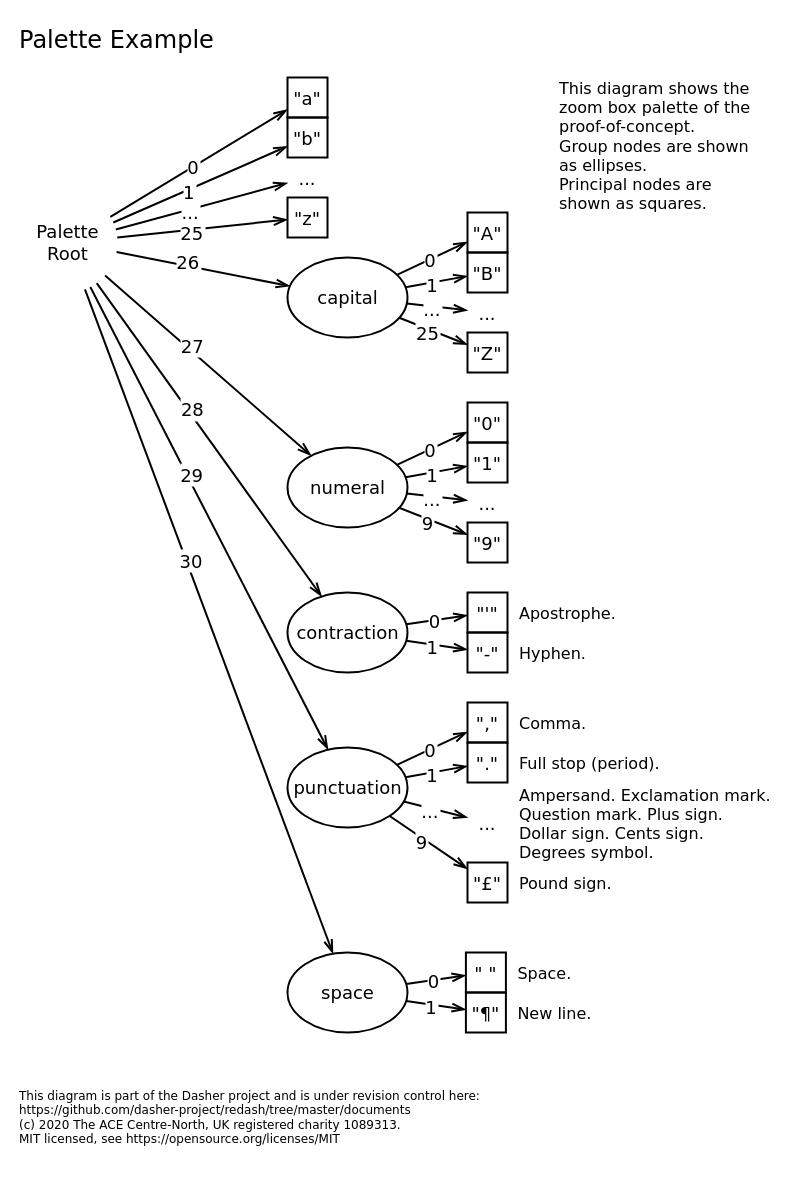
Above: documents/Specification/05ZoomBoxPalette/PaletteExample.drawio in dasher-project/dasher-web (draw.io), before the change. Source tidied: cells renumbered, new cells numbered last; positions are measured from the earlier drawing's top-left corner, leaving out a move shared by most shapes. Both pictures are drawn from the tidied source at 100%, with x=0, y=0 at pixel (17, 17).
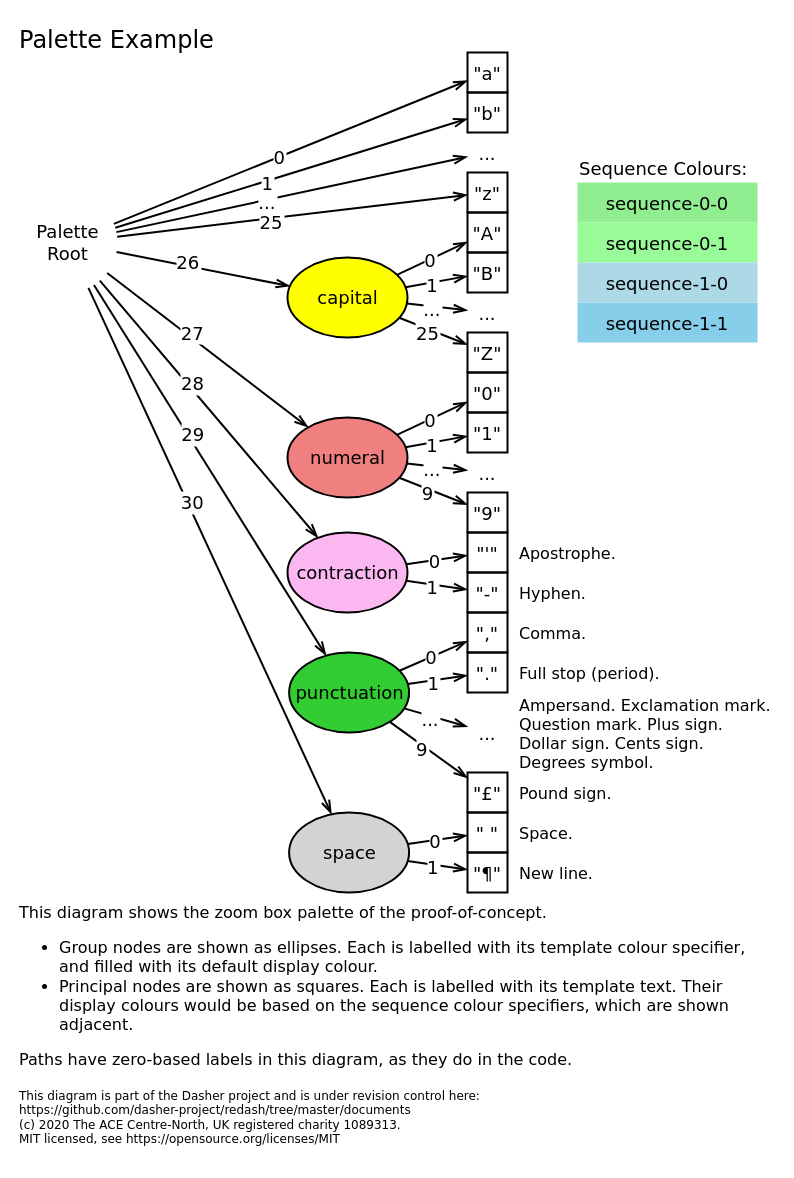
Above is the later version.

Commit message (it also covers changes not shown here):
Safety commit with example palette diagram and more notes

Diff of the diagram source:
```diff
@@
     <mxCell id="5" value="&quot;a&quot;" style="rounded=0;shadow=0;comic=0;labelBackgroundColor=none;strokeColor=#000000;strokeWidth=2;fillColor=none;fontFamily=DejaVu Sans;fontSize=18;fontColor=#000000;align=center;arcSize=20;spacingTop=10;spacingLeft=10;spacing=2;spacingBottom=10;spacingRight=10;points=[[0.2, 0], [0.4, 0], [0.6, 0], [0.8, 0], [0.5,1]];verticalAlign=middle;" parent="1" vertex="1">
-      <mxGeometry x="270" y="60" width="40" height="40" as="geometry" />
+      <mxGeometry x="450" y="35" width="40" height="40" as="geometry" />
     </mxCell>
     <mxCell id="6" value="&quot;b&quot;" style="rounded=0;shadow=0;comic=0;labelBackgroundColor=none;strokeColor=#000000;strokeWidth=2;fillColor=none;fontFamily=DejaVu Sans;fontSize=18;fontColor=#000000;align=center;arcSize=20;spacingTop=10;spacingLeft=10;spacing=2;spacingBottom=10;spacingRight=10;points=[[0.2, 0], [0.4, 0], [0.6, 0], [0.8, 0], [0.5,1]];verticalAlign=middle;" parent="1" vertex="1">
-      <mxGeometry x="270" y="100" width="40" height="40" as="geometry" />
+      <mxGeometry x="450" y="75" width="40" height="40" as="geometry" />
     </mxCell>
     <mxCell id="7" value="&quot;z&quot;" style="rounded=0;shadow=0;comic=0;labelBackgroundColor=none;strokeColor=#000000;strokeWidth=2;fillColor=none;fontFamily=DejaVu Sans;fontSize=18;fontColor=#000000;align=center;arcSize=20;spacingTop=10;spacingLeft=10;spacing=2;spacingBottom=10;spacingRight=10;points=[[0.2, 0], [0.4, 0], [0.6, 0], [0.8, 0], [0.5,1]];verticalAlign=middle;" parent="1" vertex="1">
-      <mxGeometry x="270" y="180" width="40" height="40" as="geometry" />
+      <mxGeometry x="450" y="155" width="40" height="40" as="geometry" />
     </mxCell>
-    <mxCell id="8" value="capital" style="ellipse;html=1;strokeWidth=2;fontSize=18;align=center;fillColor=none;fontFamily=DejaVu Sans;" parent="1" vertex="1">
+    <mxCell id="8" value="capital" style="ellipse;html=1;strokeWidth=2;fontSize=18;align=center;fontFamily=DejaVu Sans;fillColor=#FFFF00;" parent="1" vertex="1">
       <mxGeometry x="270" y="240" width="120" height="80" as="geometry" />
     </mxCell>
@@
-    <mxCell id="13" value="This diagram shows the zoom box palette of the proof-of-concept.&lt;br&gt;Group nodes are shown as ellipses.&lt;br&gt;Principal nodes are shown as squares." style="rounded=0;shadow=0;comic=0;labelBackgroundColor=none;strokeWidth=2;fillColor=none;fontFamily=DejaVu Sans;fontSize=16;fontColor=#000000;align=left;arcSize=20;spacingTop=0;spacingLeft=0;spacing=2;spacingBottom=0;spacingRight=0;strokeColor=none;whiteSpace=wrap;verticalAlign=top;html=1;" parent="1" vertex="1">
-      <mxGeometry x="540" y="55" width="200" height="75" as="geometry" />
+    <mxCell id="13" value="This diagram shows the zoom box palette of the proof-of-concept.&lt;br&gt;&lt;ul&gt;&lt;li&gt;Group nodes are shown as ellipses. Each is l&lt;span&gt;abelled with its template colour specifier, and f&lt;/span&gt;&lt;span&gt;illed with its default display colour.&lt;br&gt;&lt;/span&gt;&lt;/li&gt;&lt;li&gt;Principal nodes are shown as squares. Each is labelled with its template text. Their display colours would be based on the sequence colour specifiers, which are shown adjacent.&lt;/li&gt;&lt;/ul&gt;Paths have zero-based labels in this diagram, as they do in the code." style="rounded=0;shadow=0;comic=0;labelBackgroundColor=none;strokeWidth=2;fillColor=none;fontFamily=DejaVu Sans;fontSize=16;fontColor=#000000;align=left;arcSize=20;spacingTop=0;spacingLeft=0;spacing=2;spacingBottom=0;spacingRight=0;strokeColor=none;whiteSpace=wrap;verticalAlign=top;html=1;" parent="1" vertex="1">
+      <mxGeometry y="879" width="760" height="190" as="geometry" />
     </mxCell>
     <mxCell id="14" value="..." style="rounded=0;shadow=0;comic=0;labelBackgroundColor=none;strokeWidth=2;fillColor=none;fontFamily=DejaVu Sans;fontSize=18;fontColor=#000000;align=center;arcSize=20;spacingTop=10;spacingLeft=10;spacing=2;spacingBottom=10;spacingRight=10;points=[[0.2, 0], [0.4, 0], [0.6, 0], [0.8, 0], [0.5,1]];verticalAlign=middle;strokeColor=none;" parent="1" vertex="1">
-      <mxGeometry x="270" y="140" width="40" height="40" as="geometry" />
+      <mxGeometry x="450" y="115" width="40" height="40" as="geometry" />
     </mxCell>
@@
-    <mxCell id="24" value="numeral" style="ellipse;html=1;strokeWidth=2;fontSize=18;align=center;fillColor=none;fontFamily=DejaVu Sans;" parent="1" vertex="1">
-      <mxGeometry x="270" y="430" width="120" height="80" as="geometry" />
+    <mxCell id="24" value="numeral" style="ellipse;html=1;strokeWidth=2;fontSize=18;align=center;fontFamily=DejaVu Sans;fillColor=#f08080;" parent="1" vertex="1">
+      <mxGeometry x="270" y="400" width="120" height="80" as="geometry" />
     </mxCell>
@@
     <mxCell id="26" value="&quot;0&quot;" style="rounded=0;shadow=0;comic=0;labelBackgroundColor=none;strokeColor=#000000;strokeWidth=2;fillColor=none;fontFamily=DejaVu Sans;fontSize=18;fontColor=#000000;align=center;arcSize=20;spacingTop=10;spacingLeft=10;spacing=2;spacingBottom=10;spacingRight=10;points=[[0.2, 0], [0.4, 0], [0.6, 0], [0.8, 0], [0.5,1]];verticalAlign=middle;" parent="1" vertex="1">
-      <mxGeometry x="450" y="385" width="40" height="40" as="geometry" />
+      <mxGeometry x="450" y="355" width="40" height="40" as="geometry" />
     </mxCell>
     <mxCell id="27" value="&quot;1&quot;" style="rounded=0;shadow=0;comic=0;labelBackgroundColor=none;strokeColor=#000000;strokeWidth=2;fillColor=none;fontFamily=DejaVu Sans;fontSize=18;fontColor=#000000;align=center;arcSize=20;spacingTop=10;spacingLeft=10;spacing=2;spacingBottom=10;spacingRight=10;points=[[0.2, 0], [0.4, 0], [0.6, 0], [0.8, 0], [0.5,1]];verticalAlign=middle;" parent="1" vertex="1">
-      <mxGeometry x="450" y="425" width="40" height="40" as="geometry" />
+      <mxGeometry x="450" y="395" width="40" height="40" as="geometry" />
     </mxCell>
     <mxCell id="28" value="&quot;9&quot;" style="rounded=0;shadow=0;comic=0;labelBackgroundColor=none;strokeColor=#000000;strokeWidth=2;fillColor=none;fontFamily=DejaVu Sans;fontSize=18;fontColor=#000000;align=center;arcSize=20;spacingTop=10;spacingLeft=10;spacing=2;spacingBottom=10;spacingRight=10;points=[[0.2, 0], [0.4, 0], [0.6, 0], [0.8, 0], [0.5,1]];verticalAlign=middle;" parent="1" vertex="1">
-      <mxGeometry x="450" y="505" width="40" height="40" as="geometry" />
+      <mxGeometry x="450" y="475" width="40" height="40" as="geometry" />
     </mxCell>
@@
     <mxCell id="31" value="..." style="rounded=0;shadow=0;comic=0;labelBackgroundColor=none;strokeWidth=2;fillColor=none;fontFamily=DejaVu Sans;fontSize=18;fontColor=#000000;align=center;arcSize=20;spacingTop=10;spacingLeft=10;spacing=2;spacingBottom=10;spacingRight=10;points=[[0.2, 0], [0.4, 0], [0.6, 0], [0.8, 0], [0.5,1]];verticalAlign=middle;strokeColor=none;" parent="1" vertex="1">
-      <mxGeometry x="450" y="465" width="40" height="40" as="geometry" />
+      <mxGeometry x="450" y="435" width="40" height="40" as="geometry" />
     </mxCell>
@@
-    <mxCell id="34" value="contraction" style="ellipse;html=1;strokeWidth=2;fontSize=18;align=center;fillColor=none;fontFamily=DejaVu Sans;" parent="1" vertex="1">
-      <mxGeometry x="270" y="575" width="120" height="80" as="geometry" />
+    <mxCell id="34" value="contraction" style="ellipse;html=1;strokeWidth=2;fontSize=18;align=center;fontFamily=DejaVu Sans;fillColor=#fbb7f0;" parent="1" vertex="1">
+      <mxGeometry x="270" y="515" width="120" height="80" as="geometry" />
     </mxCell>
@@
     <mxCell id="36" value="&quot;'&quot;" style="rounded=0;shadow=0;comic=0;labelBackgroundColor=none;strokeColor=#000000;strokeWidth=2;fillColor=none;fontFamily=DejaVu Sans;fontSize=18;fontColor=#000000;align=center;arcSize=20;spacingTop=10;spacingLeft=10;spacing=2;spacingBottom=10;spacingRight=10;points=[[0.2, 0], [0.4, 0], [0.6, 0], [0.8, 0], [0.5,1]];verticalAlign=middle;" parent="1" vertex="1">
-      <mxGeometry x="450" y="575" width="40" height="40" as="geometry" />
+      <mxGeometry x="450" y="515" width="40" height="40" as="geometry" />
     </mxCell>
     <mxCell id="37" value="&quot;-&quot;" style="rounded=0;shadow=0;comic=0;labelBackgroundColor=none;strokeColor=#000000;strokeWidth=2;fillColor=none;fontFamily=DejaVu Sans;fontSize=18;fontColor=#000000;align=center;arcSize=20;spacingTop=10;spacingLeft=10;spacing=2;spacingBottom=10;spacingRight=10;points=[[0.2, 0], [0.4, 0], [0.6, 0], [0.8, 0], [0.5,1]];verticalAlign=middle;" parent="1" vertex="1">
-      <mxGeometry x="450" y="615" width="40" height="40" as="geometry" />
+      <mxGeometry x="450" y="555" width="40" height="40" as="geometry" />
     </mxCell>
@@
     <mxCell id="39" value="Apostrophe." style="rounded=0;shadow=0;comic=0;labelBackgroundColor=none;strokeWidth=2;fillColor=none;fontFamily=DejaVu Sans;fontSize=16;fontColor=#000000;align=left;arcSize=20;spacingTop=0;spacingLeft=0;spacing=2;spacingBottom=0;spacingRight=0;strokeColor=none;verticalAlign=middle;" parent="1" vertex="1">
-      <mxGeometry x="500" y="580" width="120" height="30" as="geometry" />
+      <mxGeometry x="500" y="520" width="120" height="30" as="geometry" />
     </mxCell>
-    <mxCell id="40" value="punctuation" style="ellipse;html=1;strokeWidth=2;fontSize=18;align=center;fillColor=none;fontFamily=DejaVu Sans;" parent="1" vertex="1">
-      <mxGeometry x="270" y="730" width="120" height="80" as="geometry" />
+    <mxCell id="40" value="punctuation" style="ellipse;html=1;strokeWidth=2;fontSize=18;align=center;fontFamily=DejaVu Sans;fillColor=#32cd32;" parent="1" vertex="1">
+      <mxGeometry x="271.6" y="635" width="120" height="80" as="geometry" />
     </mxCell>
@@
     <mxCell id="42" value="&quot;,&quot;" style="rounded=0;shadow=0;comic=0;labelBackgroundColor=none;strokeColor=#000000;strokeWidth=2;fillColor=none;fontFamily=DejaVu Sans;fontSize=18;fontColor=#000000;align=center;arcSize=20;spacingTop=10;spacingLeft=10;spacing=2;spacingBottom=10;spacingRight=10;points=[[0.2, 0], [0.4, 0], [0.6, 0], [0.8, 0], [0.5,1]];verticalAlign=middle;" parent="1" vertex="1">
-      <mxGeometry x="450" y="685" width="40" height="40" as="geometry" />
+      <mxGeometry x="450" y="595" width="40" height="40" as="geometry" />
     </mxCell>
     <mxCell id="43" value="&quot;.&quot;" style="rounded=0;shadow=0;comic=0;labelBackgroundColor=none;strokeColor=#000000;strokeWidth=2;fillColor=none;fontFamily=DejaVu Sans;fontSize=18;fontColor=#000000;align=center;arcSize=20;spacingTop=10;spacingLeft=10;spacing=2;spacingBottom=10;spacingRight=10;points=[[0.2, 0], [0.4, 0], [0.6, 0], [0.8, 0], [0.5,1]];verticalAlign=middle;" parent="1" vertex="1">
-      <mxGeometry x="450" y="725" width="40" height="40" as="geometry" />
+      <mxGeometry x="450" y="635" width="40" height="40" as="geometry" />
     </mxCell>
     <mxCell id="44" value="&quot;£&quot;" style="rounded=0;shadow=0;comic=0;labelBackgroundColor=none;strokeColor=#000000;strokeWidth=2;fillColor=none;fontFamily=DejaVu Sans;fontSize=18;fontColor=#000000;align=center;arcSize=20;spacingTop=10;spacingLeft=10;spacing=2;spacingBottom=10;spacingRight=10;points=[[0.2, 0], [0.4, 0], [0.6, 0], [0.8, 0], [0.5,1]];verticalAlign=middle;" parent="1" vertex="1">
-      <mxGeometry x="450" y="845" width="40" height="40" as="geometry" />
+      <mxGeometry x="450" y="755" width="40" height="40" as="geometry" />
     </mxCell>
@@
     <mxCell id="47" value="..." style="rounded=0;shadow=0;comic=0;labelBackgroundColor=none;strokeWidth=2;fillColor=none;fontFamily=DejaVu Sans;fontSize=18;fontColor=#000000;align=center;arcSize=20;spacingTop=10;spacingLeft=10;spacing=2;spacingBottom=10;spacingRight=10;points=[[0.2, 0], [0.4, 0], [0.6, 0], [0.8, 0], [0.5,1]];verticalAlign=middle;strokeColor=none;" parent="1" vertex="1">
-      <mxGeometry x="450" y="765" width="40" height="80" as="geometry" />
+      <mxGeometry x="450" y="675" width="40" height="80" as="geometry" />
     </mxCell>
@@
     <mxCell id="49" value="Comma." style="rounded=0;shadow=0;comic=0;labelBackgroundColor=none;strokeWidth=2;fillColor=none;fontFamily=DejaVu Sans;fontSize=16;fontColor=#000000;align=left;arcSize=20;spacingTop=0;spacingLeft=0;spacing=2;spacingBottom=0;spacingRight=0;strokeColor=none;verticalAlign=middle;" parent="1" vertex="1">
-      <mxGeometry x="500" y="690" width="120" height="30" as="geometry" />
+      <mxGeometry x="500" y="600" width="120" height="30" as="geometry" />
     </mxCell>
     <mxCell id="50" value="Full stop (period)." style="rounded=0;shadow=0;comic=0;labelBackgroundColor=none;strokeWidth=2;fillColor=none;fontFamily=DejaVu Sans;fontSize=16;fontColor=#000000;align=left;arcSize=20;spacingTop=0;spacingLeft=0;spacing=2;spacingBottom=0;spacingRight=0;strokeColor=none;verticalAlign=middle;" parent="1" vertex="1">
-      <mxGeometry x="500" y="730" width="120" height="30" as="geometry" />
+      <mxGeometry x="500" y="640" width="120" height="30" as="geometry" />
     </mxCell>
     <mxCell id="51" value="Ampersand. Exclamation mark.&#10;Question mark. Plus sign.&#10;Dollar sign. Cents sign.&#10;Degrees symbol." style="rounded=0;shadow=0;comic=0;labelBackgroundColor=none;strokeWidth=2;fillColor=none;fontFamily=DejaVu Sans;fontSize=16;fontColor=#000000;align=left;arcSize=20;spacingTop=0;spacingLeft=0;spacing=2;spacingBottom=0;spacingRight=0;strokeColor=none;verticalAlign=middle;" parent="1" vertex="1">
-      <mxGeometry x="500" y="790" width="120" height="30" as="geometry" />
+      <mxGeometry x="500" y="700" width="120" height="30" as="geometry" />
     </mxCell>
     <mxCell id="52" value="Pound sign." style="rounded=0;shadow=0;comic=0;labelBackgroundColor=none;strokeWidth=2;fillColor=none;fontFamily=DejaVu Sans;fontSize=16;fontColor=#000000;align=left;arcSize=20;spacingTop=0;spacingLeft=0;spacing=2;spacingBottom=0;spacingRight=0;strokeColor=none;verticalAlign=middle;" parent="1" vertex="1">
-      <mxGeometry x="500" y="850" width="120" height="30" as="geometry" />
+      <mxGeometry x="500" y="760" width="120" height="30" as="geometry" />
     </mxCell>
-    <mxCell id="53" value="space" style="ellipse;html=1;strokeWidth=2;fontSize=18;align=center;fillColor=none;fontFamily=DejaVu Sans;" parent="1" vertex="1">
-      <mxGeometry x="270" y="935" width="120" height="80" as="geometry" />
+    <mxCell id="53" value="space" style="ellipse;html=1;strokeWidth=2;fontSize=18;align=center;fontFamily=DejaVu Sans;fillColor=#d3d3d3;" parent="1" vertex="1">
+      <mxGeometry x="271.6" y="795" width="120" height="80" as="geometry" />
     </mxCell>
@@
     <mxCell id="55" value="&quot; &quot;" style="rounded=0;shadow=0;comic=0;labelBackgroundColor=none;strokeColor=#000000;strokeWidth=2;fillColor=none;fontFamily=DejaVu Sans;fontSize=18;fontColor=#000000;align=center;arcSize=20;spacingTop=10;spacingLeft=10;spacing=2;spacingBottom=10;spacingRight=10;points=[[0.2, 0], [0.4, 0], [0.6, 0], [0.8, 0], [0.5,1]];verticalAlign=middle;" parent="1" vertex="1">
-      <mxGeometry x="448.4" y="935" width="40" height="40" as="geometry" />
+      <mxGeometry x="450" y="795" width="40" height="40" as="geometry" />
     </mxCell>
     <mxCell id="56" value="&quot;¶&quot;" style="rounded=0;shadow=0;comic=0;labelBackgroundColor=none;strokeColor=#000000;strokeWidth=2;fillColor=none;fontFamily=DejaVu Sans;fontSize=18;fontColor=#000000;align=center;arcSize=20;spacingTop=10;spacingLeft=10;spacing=2;spacingBottom=10;spacingRight=10;points=[[0.2, 0], [0.4, 0], [0.6, 0], [0.8, 0], [0.5,1]];verticalAlign=middle;" parent="1" vertex="1">
-      <mxGeometry x="448.4" y="975" width="40" height="40" as="geometry" />
+      <mxGeometry x="450" y="835" width="40" height="40" as="geometry" />
     </mxCell>
@@
     <mxCell id="58" value="Space." style="rounded=0;shadow=0;comic=0;labelBackgroundColor=none;strokeWidth=2;fillColor=none;fontFamily=DejaVu Sans;fontSize=16;fontColor=#000000;align=left;arcSize=20;spacingTop=0;spacingLeft=0;spacing=2;spacingBottom=0;spacingRight=0;strokeColor=none;verticalAlign=middle;" parent="1" vertex="1">
-      <mxGeometry x="498.4" y="940" width="120" height="30" as="geometry" />
+      <mxGeometry x="500" y="800" width="120" height="30" as="geometry" />
     </mxCell>
     <mxCell id="59" value="New line." style="rounded=0;shadow=0;comic=0;labelBackgroundColor=none;strokeWidth=2;fillColor=none;fontFamily=DejaVu Sans;fontSize=16;fontColor=#000000;align=left;arcSize=20;spacingTop=0;spacingLeft=0;spacing=2;spacingBottom=0;spacingRight=0;strokeColor=none;verticalAlign=middle;" parent="1" vertex="1">
-      <mxGeometry x="498.4" y="980" width="120" height="30" as="geometry" />
+      <mxGeometry x="500" y="840" width="120" height="30" as="geometry" />
     </mxCell>
@@
     <mxCell id="63" value="Hyphen." style="rounded=0;shadow=0;comic=0;labelBackgroundColor=none;strokeWidth=2;fillColor=none;fontFamily=DejaVu Sans;fontSize=16;fontColor=#000000;align=left;arcSize=20;spacingTop=0;spacingLeft=0;spacing=2;spacingBottom=0;spacingRight=0;strokeColor=none;verticalAlign=middle;" parent="1" vertex="1">
-      <mxGeometry x="500" y="620" width="120" height="30" as="geometry" />
+      <mxGeometry x="500" y="560" width="120" height="30" as="geometry" />
     </mxCell>
+    <mxCell id="64" value="sequence-0-0" style="rounded=0;shadow=0;comic=0;labelBackgroundColor=none;strokeWidth=2;fontFamily=DejaVu Sans;fontSize=18;fontColor=#000000;align=center;arcSize=20;spacingTop=10;spacingLeft=10;spacing=2;spacingBottom=10;spacingRight=10;verticalAlign=middle;fillColor=#90ee90;strokeColor=none;" parent="1" vertex="1">
+      <mxGeometry x="560" y="165" width="180" height="40" as="geometry" />
+    </mxCell>
+    <mxCell id="65" value="sequence-0-1" style="rounded=0;shadow=0;comic=0;labelBackgroundColor=none;strokeWidth=2;fontFamily=DejaVu Sans;fontSize=18;fontColor=#000000;align=center;arcSize=20;spacingTop=10;spacingLeft=10;spacing=2;spacingBottom=10;spacingRight=10;verticalAlign=middle;fillColor=#98fb98;strokeColor=none;" parent="1" vertex="1">
+      <mxGeometry x="560" y="205" width="180" height="40" as="geometry" />
+    </mxCell>
+    <mxCell id="66" value="sequence-1-1" style="rounded=0;shadow=0;comic=0;labelBackgroundColor=none;strokeWidth=2;fontFamily=DejaVu Sans;fontSize=18;fontColor=#000000;align=center;arcSize=20;spacingTop=10;spacingLeft=10;spacing=2;spacingBottom=10;spacingRight=10;verticalAlign=middle;fillColor=#87ceeb;strokeColor=none;" parent="1" vertex="1">
+      <mxGeometry x="560" y="285" width="180" height="40" as="geometry" />
+    </mxCell>
+    <mxCell id="67" value="sequence-1-0" style="rounded=0;shadow=0;comic=0;labelBackgroundColor=none;strokeWidth=2;fontFamily=DejaVu Sans;fontSize=18;fontColor=#000000;align=center;arcSize=20;spacingTop=10;spacingLeft=10;spacing=2;spacingBottom=10;spacingRight=10;verticalAlign=middle;fillColor=#add8e6;strokeColor=none;" parent="1" vertex="1">
+      <mxGeometry x="560" y="245" width="180" height="40" as="geometry" />
+    </mxCell>
+    <mxCell id="68" value="Sequence Colours:" style="rounded=0;shadow=0;comic=0;labelBackgroundColor=none;strokeWidth=2;fillColor=none;fontFamily=DejaVu Sans;fontSize=18;fontColor=#000000;align=left;arcSize=20;spacingTop=0;spacingLeft=0;spacing=2;spacingBottom=0;spacingRight=0;verticalAlign=bottom;whiteSpace=wrap;strokeColor=none;" parent="1" vertex="1">
+      <mxGeometry x="560" y="125" width="180" height="40" as="geometry" />
+    </mxCell>
```
